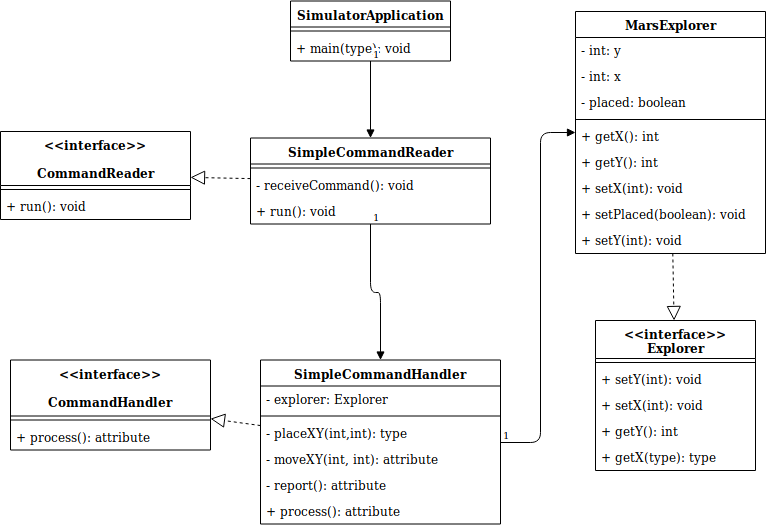
The draw.io diagram UML.png in Animalone/Mars_Simulator, before a commit. Source tidied: cells renumbered, new cells last; positions are measured from the earlier drawing's top-left corner, leaving out a move shared by most shapes.
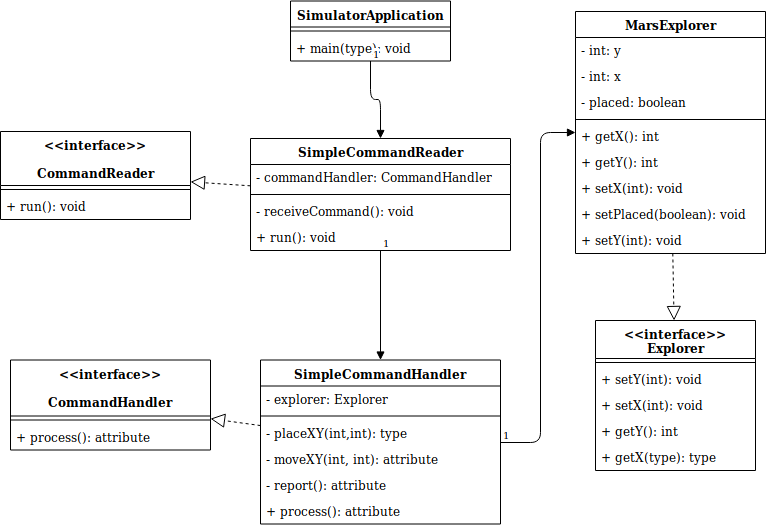
The same diagram one commit later.

Commit message:
refine UML, add commandHandler as commandreader's attribute

Diff of the diagram source:
```diff
@@ -105,16 +105,19 @@
       <mxGeometry y="62" width="190" height="26" as="geometry" />
     </mxCell>
     <mxCell id="36" value="SimpleCommandReader" style="swimlane;fontStyle=1;align=center;verticalAlign=top;horizontal=1;startSize=26;" parent="1" vertex="1">
-      <mxGeometry x="250" y="137.5" width="240" height="86" as="geometry" />
+      <mxGeometry x="250" y="138" width="260" height="112" as="geometry" />
     </mxCell>
+    <mxCell id="47" value="- commandHandler: CommandHandler" style="text;strokeColor=none;fillColor=none;align=left;verticalAlign=top;spacingLeft=4;spacingRight=4;overflow=hidden;" parent="36" vertex="1">
+      <mxGeometry y="26" width="260" height="26" as="geometry" />
+    </mxCell>
     <mxCell id="37" style="line;strokeWidth=1;fillColor=none;align=left;verticalAlign=middle;spacingTop=-1;spacingLeft=3;spacingRight=3;labelPosition=right;" parent="36" vertex="1">
-      <mxGeometry y="26" width="240" height="8" as="geometry" />
+      <mxGeometry y="52" width="260" height="8" as="geometry" />
     </mxCell>
     <mxCell id="38" value="- receiveCommand(): void" style="text;strokeColor=none;fillColor=none;align=left;verticalAlign=top;spacingLeft=4;spacingRight=4;overflow=hidden;" parent="36" vertex="1">
-      <mxGeometry y="34" width="240" height="26" as="geometry" />
+      <mxGeometry y="60" width="260" height="26" as="geometry" />
     </mxCell>
     <mxCell id="39" value="+ run(): void" style="text;strokeColor=none;fillColor=none;align=left;verticalAlign=top;spacingLeft=4;spacingRight=4;overflow=hidden;" parent="36" vertex="1">
-      <mxGeometry y="60" width="240" height="26" as="geometry" />
+      <mxGeometry y="86" width="260" height="26" as="geometry" />
     </mxCell>
     <mxCell id="40" style="endArrow=block;dashed=1;endFill=0;endSize=12;html=1;" parent="1" edge="1" source="36" target="33">
       <mxGeometry relative="1" as="geometry" />
```
